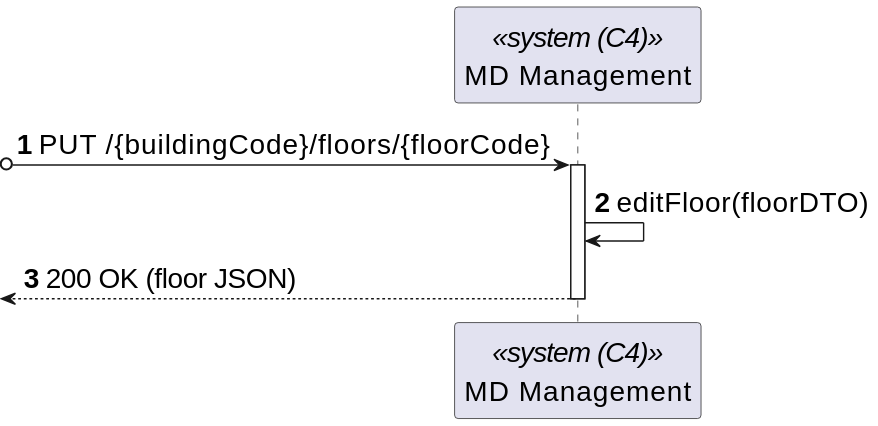
The PlantUML diagram _wiki/sprint-a/us06-200/views/level-2/assets/process-view.svg in miseEnPlace-dev/lapr5, before a commit. Source of this version:
```plantuml
@startuml
skinparamlocked defaultFontSize 20
autonumber
participant SYS as "MD Management" <<system (C4)>>


?o-> SYS : PUT /{buildingCode}/floors/{floorCode}
activate SYS

SYS -> SYS : editFloor(floorDTO)
<-- SYS : 200 OK (floor JSON)
deactivate SYS
@enduml
```
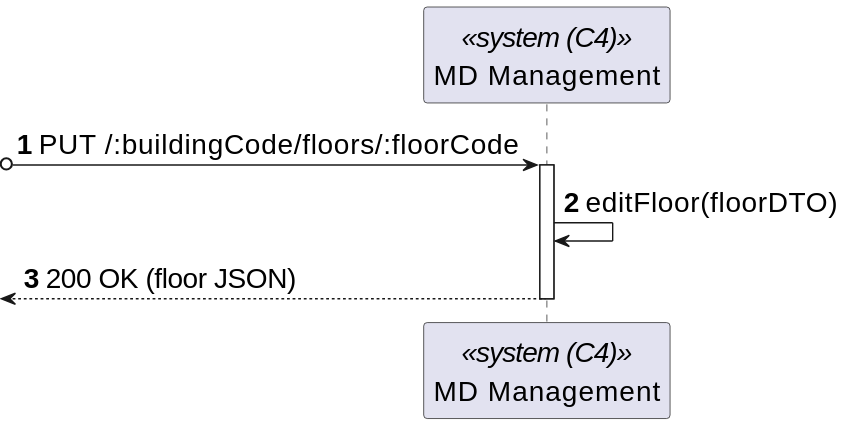
Later version of the same file.

The edit, as a diff of the source:
```diff
@@ -4,7 +4,7 @@
 participant SYS as "MD Management" <<system (C4)>>
 
 
-?o-> SYS : PUT /{buildingCode}/floors/{floorCode}
+?o-> SYS : PUT /:buildingCode/floors/:floorCode
 activate SYS
 
 SYS -> SYS : editFloor(floorDTO)
```
